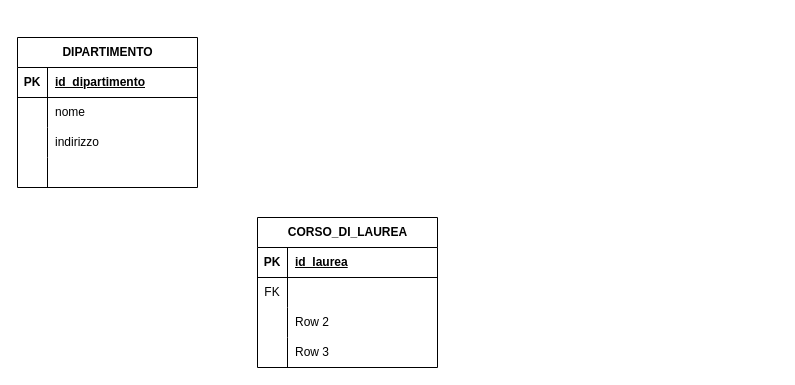
Above: university.dio in akthernahela/db-university (draw.io), before the change. Source tidied: cells renumbered, new cells numbered last; positions are measured from the earlier drawing's top-left corner, leaving out a move shared by most shapes. Both pictures are drawn from the tidied source at 100%, with x=0, y=0 at pixel (17, 37).
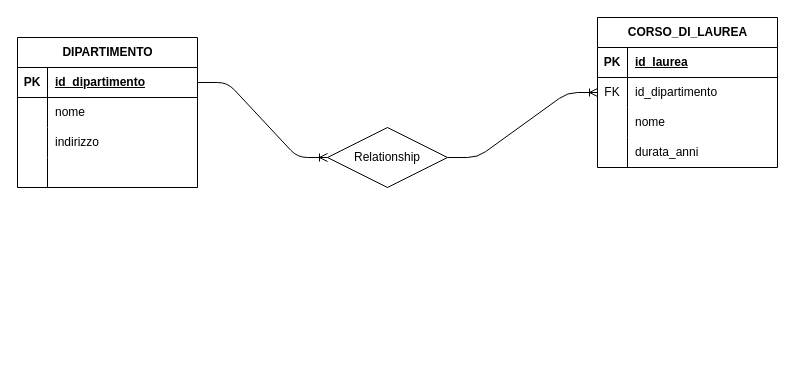
After the change.

Commit message:
Join department with degree course

The change refers to these unchanged cells:
```xml
<mxCell id="3" style="shape=tableRow;horizontal=0;startSize=0;swimlaneHead=0;swimlaneBody=0;fillColor=none;points=[[0,0.5],[1,0.5]];portConstraint=eastwest;top=0;left=0;right=0;bottom=1;" parent="2" vertex="1">
  <mxGeometry y="30" width="180" height="30" as="geometry" />
</mxCell>
<mxCell id="19" style="shape=tableRow;horizontal=0;startSize=0;swimlaneHead=0;swimlaneBody=0;fillColor=none;points=[[0,0.5],[1,0.5]];portConstraint=eastwest;top=0;left=0;right=0;bottom=0;" parent="15" vertex="1">
  <mxGeometry y="60" width="180" height="30" as="geometry" />
</mxCell>
<mxCell id="22" style="shape=tableRow;horizontal=0;startSize=0;swimlaneHead=0;swimlaneBody=0;fillColor=none;top=0;left=0;right=0;bottom=0;" parent="15" vertex="1">
  <mxGeometry y="90" width="180" height="30" as="geometry" />
</mxCell>
<mxCell id="25" style="shape=tableRow;horizontal=0;startSize=0;swimlaneHead=0;swimlaneBody=0;fillColor=none;top=0;left=0;right=0;bottom=0;" parent="15" vertex="1">
  <mxGeometry y="120" width="180" height="30" as="geometry" />
</mxCell>
```

What changed in the source:
```diff
@@
     <mxCell id="15" value="CORSO_DI_LAUREA" style="shape=table;startSize=30;childLayout=tableLayout;rowLines=0;fontStyle=1;align=center;html=1;" parent="1" vertex="1">
-      <mxGeometry x="240" y="180" width="180" height="150" as="geometry" />
+      <mxGeometry x="580" y="-20" width="180" height="150" as="geometry" />
     </mxCell>
@@
-    <mxCell id="21" style="shape=partialRectangle;fillColor=none;top=0;left=0;bottom=0;right=0;align=left;spacingLeft=6;overflow=hidden;whiteSpace=wrap;html=1;" parent="19" vertex="1">
+    <mxCell id="21" value="id_dipartimento" style="shape=partialRectangle;fillColor=none;top=0;left=0;bottom=0;right=0;align=left;spacingLeft=6;overflow=hidden;whiteSpace=wrap;html=1;" parent="19" vertex="1">
       <mxGeometry x="30" width="150" height="30" as="geometry" />
     </mxCell>
@@
-    <mxCell id="24" value="Row 2" style="shape=partialRectangle;fillColor=none;top=0;left=0;bottom=0;right=0;align=left;spacingLeft=6;overflow=hidden;whiteSpace=wrap;html=1;" parent="22" vertex="1">
+    <mxCell id="24" value="nome" style="shape=partialRectangle;fillColor=none;top=0;left=0;bottom=0;right=0;align=left;spacingLeft=6;overflow=hidden;whiteSpace=wrap;html=1;" parent="22" vertex="1">
       <mxGeometry x="30" width="150" height="30" as="geometry" />
     </mxCell>
@@
-    <mxCell id="27" value="Row 3" style="shape=partialRectangle;fillColor=none;top=0;left=0;bottom=0;right=0;align=left;spacingLeft=6;overflow=hidden;whiteSpace=wrap;html=1;" parent="25" vertex="1">
+    <mxCell id="27" value="durata_anni" style="shape=partialRectangle;fillColor=none;top=0;left=0;bottom=0;right=0;align=left;spacingLeft=6;overflow=hidden;whiteSpace=wrap;html=1;" parent="25" vertex="1">
       <mxGeometry x="30" width="150" height="30" as="geometry" />
     </mxCell>
+    <mxCell id="28" value="Relationship" style="shape=rhombus;perimeter=rhombusPerimeter;whiteSpace=wrap;html=1;align=center;" parent="1" vertex="1">
+      <mxGeometry x="310" y="90" width="120" height="60" as="geometry" />
+    </mxCell>
+    <mxCell id="29" style="edgeStyle=entityRelationEdgeStyle;fontSize=12;html=1;endArrow=ERoneToMany;exitX=1;exitY=0.5;exitDx=0;exitDy=0;entryX=0;entryY=0.5;entryDx=0;entryDy=0;" parent="1" edge="1" source="3" target="28">
+      <mxGeometry relative="1" as="geometry" />
+    </mxCell>
+    <mxCell id="30" style="edgeStyle=entityRelationEdgeStyle;fontSize=12;html=1;endArrow=ERoneToMany;exitX=1;exitY=0.5;exitDx=0;exitDy=0;entryX=0;entryY=0.5;entryDx=0;entryDy=0;" parent="1" edge="1" source="28" target="19">
+      <mxGeometry relative="1" as="geometry" />
+    </mxCell>
```
